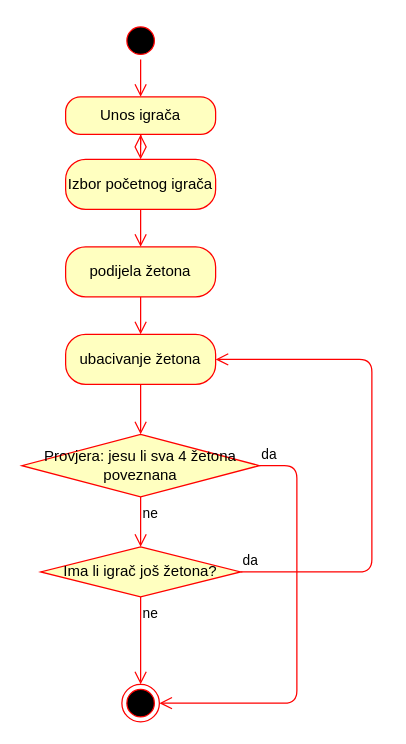
The draw.io diagram page "Activity: igranje connect 4" (3 of 5) of dijagram.drawio in LauraMemedovic/connect-four, before the edit. Source tidied: cells renumbered, new cells numbered last; positions are measured from the earlier drawing's top-left corner, leaving out a move shared by most shapes. Both pictures are drawn from the tidied source at 125%, with x=0, y=0 at pixel (21, 21).
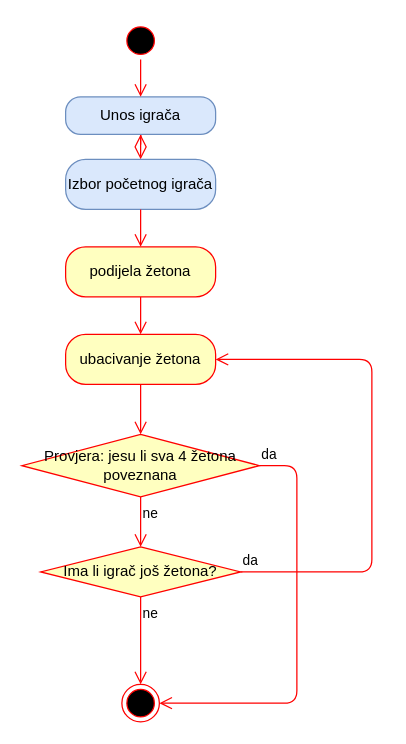
The same page after the edit.

The edit, as a diff of the source:
```diff
@@
-    <mxCell id="7" value="Izbor početnog igrača" style="rounded=1;whiteSpace=wrap;html=1;arcSize=40;fontColor=#000000;fillColor=#ffffc0;strokeColor=#ff0000;" parent="1" vertex="1">
+    <mxCell id="7" value="Izbor početnog igrača" style="rounded=1;whiteSpace=wrap;html=1;arcSize=40;fillColor=#dae8fc;strokeColor=#6c8ebf;" parent="1" vertex="1">
       <mxGeometry x="35" y="110" width="120" height="40" as="geometry" />
     </mxCell>
@@
-    <mxCell id="11" value="Unos igrača" style="rounded=1;whiteSpace=wrap;html=1;arcSize=40;fontColor=#000000;fillColor=#ffffc0;strokeColor=#ff0000;" parent="1" vertex="1">
+    <mxCell id="11" value="Unos igrača" style="rounded=1;whiteSpace=wrap;html=1;arcSize=40;fillColor=#dae8fc;strokeColor=#6c8ebf;" parent="1" vertex="1">
       <mxGeometry x="35" y="60" width="120" height="30" as="geometry" />
     </mxCell>
```
